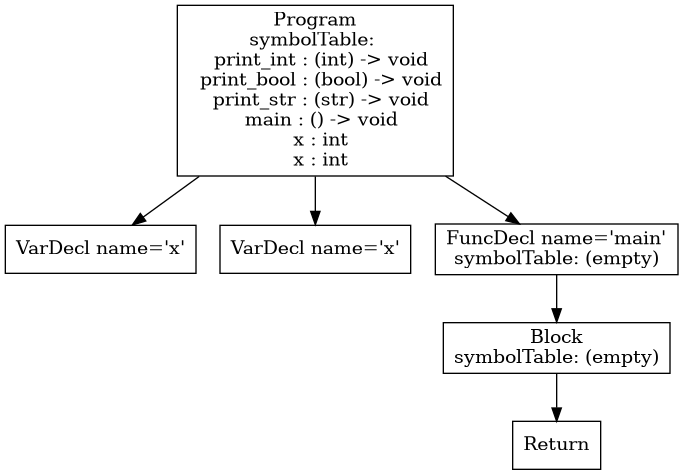
The Graphviz diagram p3-analysis/tree.png in purejerome/cs432_project, before a commit. Its source is kept beside it as p3-analysis/tree.dot.
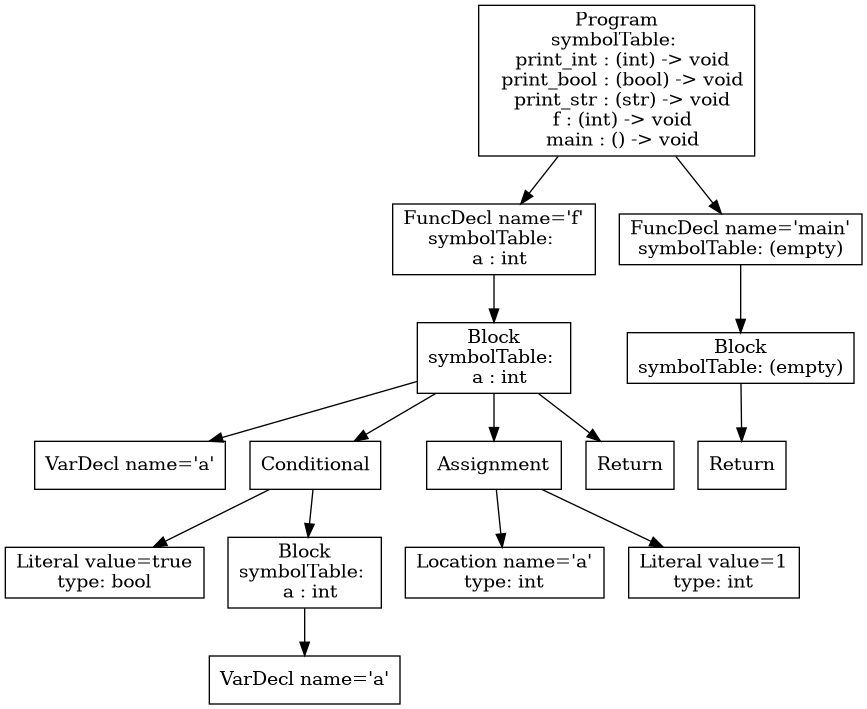
The same file after the commit.

The edit, as a diff of the source:
```diff
@@ -1,13 +1,31 @@
 digraph AST {
-1 [shape=box, label="VarDecl name='x'"];
-2 [shape=box, label="VarDecl name='x'"];
-5 [shape=box, label="Return"];
-4 [shape=box, label="Block\nsymbolTable: (empty)"];
+3 [shape=box, label="VarDecl name='a'"];
+5 [shape=box, label="Literal value=true\ntype: bool"];
+7 [shape=box, label="VarDecl name='a'"];
+6 [shape=box, label="Block\nsymbolTable: \n  a : int"];
+6 -> 7;
+4 [shape=box, label="Conditional"];
 4 -> 5;
-3 [shape=box, label="FuncDecl name='main'\nsymbolTable: (empty)"];
-3 -> 4;
-0 [shape=box, label="Program\nsymbolTable: \n  print_int : (int) -> void\n  print_bool : (bool) -> void\n  print_str : (str) -> void\n  main : () -> void\n  x : int\n  x : int"];
+4 -> 6;
+9 [shape=box, label="Location name='a'\ntype: int"];
+10 [shape=box, label="Literal value=1\ntype: int"];
+8 [shape=box, label="Assignment"];
+8 -> 9;
+8 -> 10;
+11 [shape=box, label="Return"];
+2 [shape=box, label="Block\nsymbolTable: \n  a : int"];
+2 -> 3;
+2 -> 4;
+2 -> 8;
+2 -> 11;
+1 [shape=box, label="FuncDecl name='f'\nsymbolTable: \n  a : int"];
+1 -> 2;
+14 [shape=box, label="Return"];
+13 [shape=box, label="Block\nsymbolTable: (empty)"];
+13 -> 14;
+12 [shape=box, label="FuncDecl name='main'\nsymbolTable: (empty)"];
+12 -> 13;
+0 [shape=box, label="Program\nsymbolTable: \n  print_int : (int) -> void\n  print_bool : (bool) -> void\n  print_str : (str) -> void\n  f : (int) -> void\n  main : () -> void"];
 0 -> 1;
-0 -> 2;
-0 -> 3;
+0 -> 12;
 }
```
